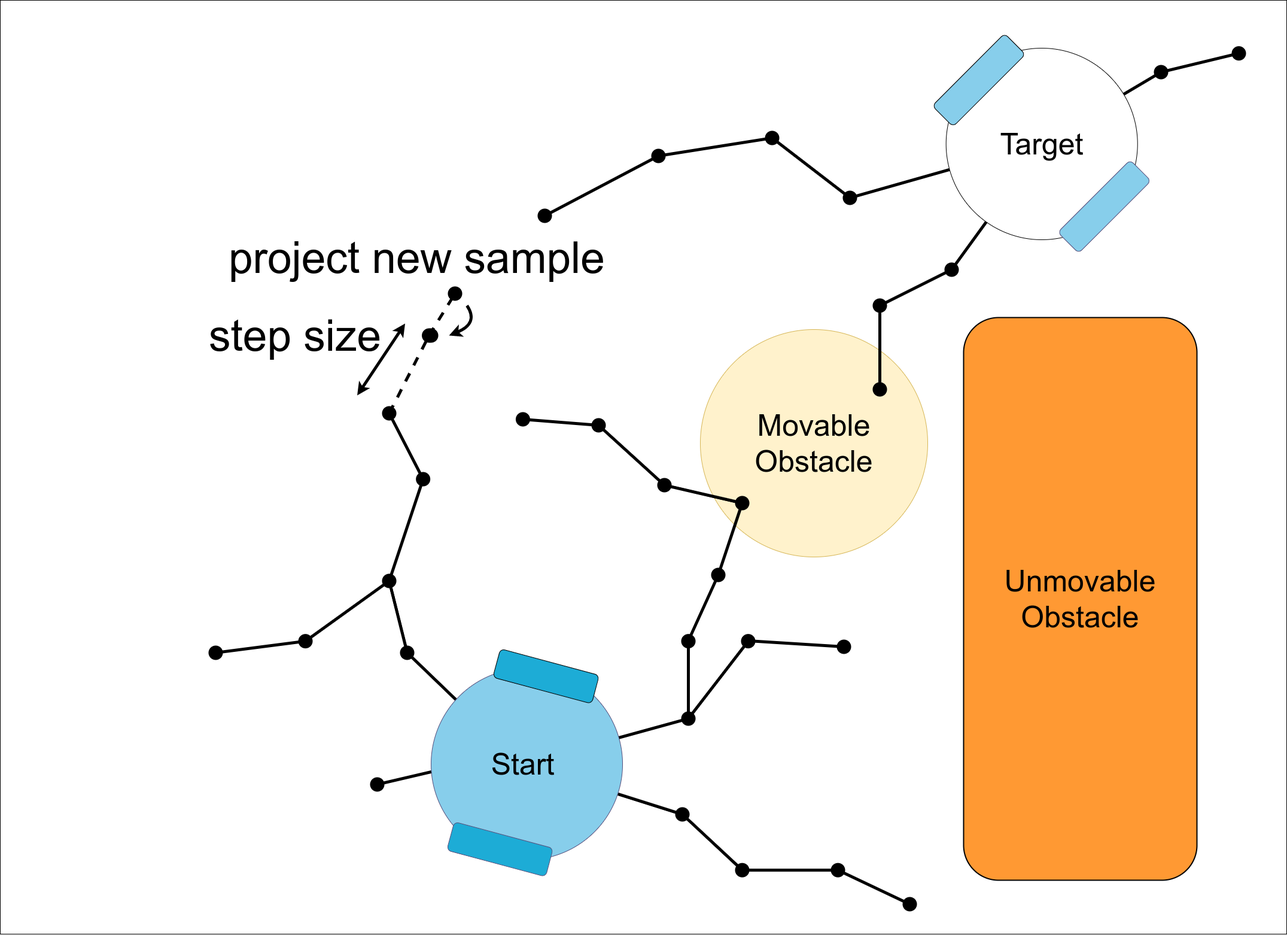
Above: thesis-report/figures/required_background/mp/3mp_project_sample.drawio.png in GijsGroote/thesis (draw.io), before the change. Source tidied: cells renumbered, new cells last; positions are measured from the earlier drawing's top-left corner, leaving out a move shared by most shapes.
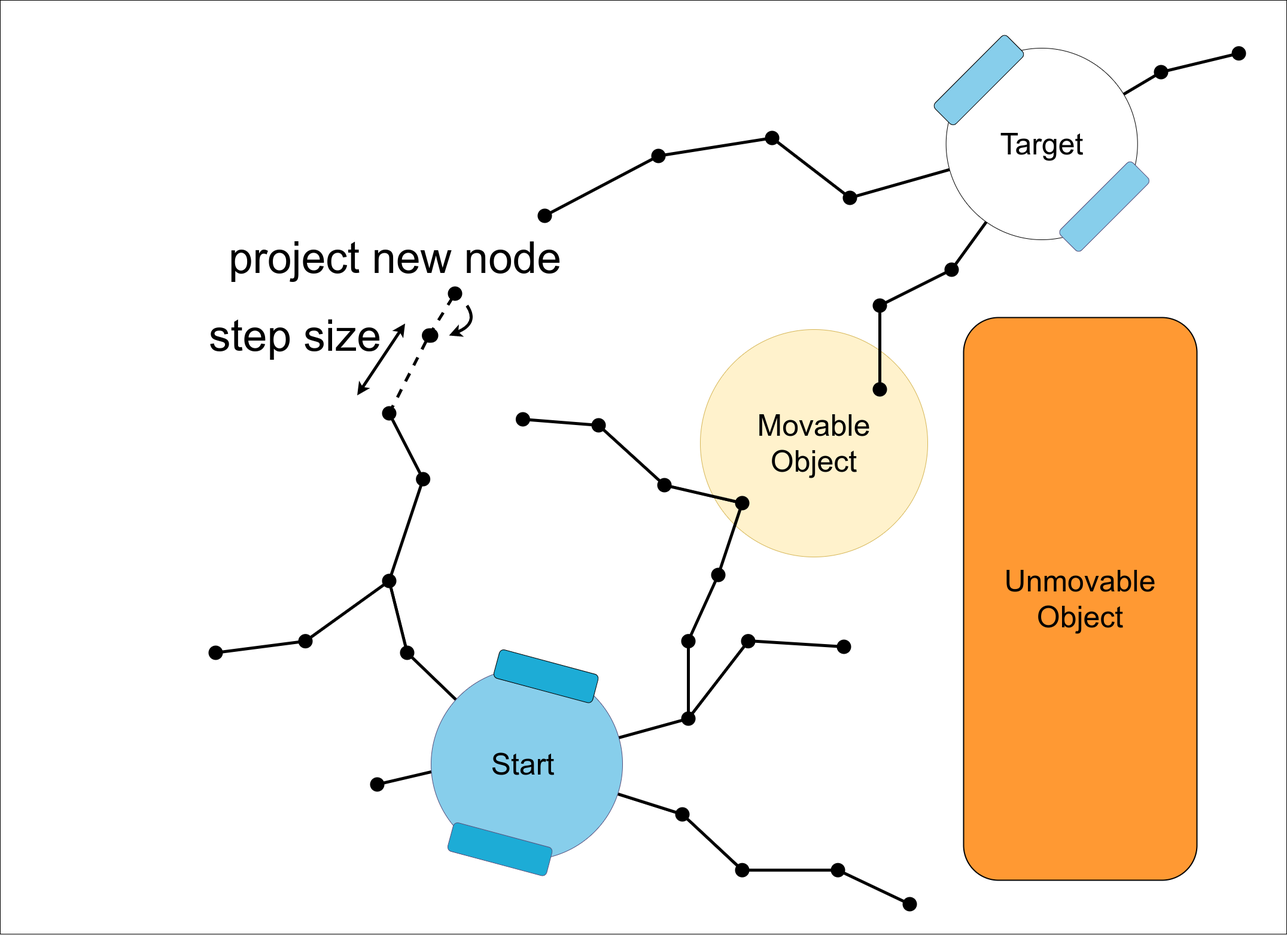
After the change.

Change to the diagram source:
```diff
@@ -5,7 +5,7 @@
     <mxCell id="2" style="rounded=0;whiteSpace=wrap;html=1;fillColor=none;" parent="1" vertex="1">
       <mxGeometry width="2150" height="1560" as="geometry" />
     </mxCell>
-    <mxCell id="3" value="&lt;div style=&quot;text-align: center;&quot;&gt;&lt;span style=&quot;font-size: 73px;&quot;&gt;project new sample&lt;/span&gt;&lt;/div&gt;" style="text;whiteSpace=wrap;html=1;fontSize=41;" parent="1" vertex="1">
+    <mxCell id="3" value="&lt;div style=&quot;text-align: center;&quot;&gt;&lt;span style=&quot;font-size: 73px;&quot;&gt;project new node&lt;/span&gt;&lt;/div&gt;" style="text;whiteSpace=wrap;html=1;fontSize=41;" parent="1" vertex="1">
       <mxGeometry x="380" y="380" width="880" height="70" as="geometry" />
     </mxCell>
     <mxCell id="4" style="endArrow=none;html=1;rounded=0;fontSize=41;strokeWidth=5;startArrow=none;entryX=0.511;entryY=0.589;entryDx=0;entryDy=0;entryPerimeter=0;dashed=1;startFill=0;exitX=0.86;exitY=0.013;exitDx=0;exitDy=0;exitPerimeter=0;" parent="1" edge="1" source="5" target="74">
@@ -81,10 +81,10 @@
     <mxCell id="21" value="&lt;font style=&quot;font-size: 50px;&quot;&gt;Start&lt;/font&gt;" style="text;html=1;align=center;verticalAlign=middle;points=[];strokeColor=none;fillColor=none;fontSize=41;" parent="1" vertex="1">
       <mxGeometry x="808.5" y="1241" width="130" height="70" as="geometry" />
     </mxCell>
-    <mxCell id="22" value="&lt;font style=&quot;font-size: 50px;&quot;&gt;Unmovable&lt;br&gt;Obstacle&lt;/font&gt;" style="rounded=1;whiteSpace=wrap;html=1;strokeWidth=2;fillColor=#FF9933;" parent="1" vertex="1">
+    <mxCell id="22" value="&lt;font style=&quot;font-size: 50px;&quot;&gt;Unmovable&lt;br&gt;Object&lt;/font&gt;" style="rounded=1;whiteSpace=wrap;html=1;strokeWidth=2;fillColor=#FF9933;" parent="1" vertex="1">
       <mxGeometry x="1610" y="530" width="390" height="940" as="geometry" />
     </mxCell>
-    <mxCell id="23" value="&lt;font style=&quot;font-size: 50px;&quot;&gt;Movable&lt;br&gt;Obstacle&lt;/font&gt;" style="ellipse;whiteSpace=wrap;html=1;fillColor=#fff2cc;strokeColor=#d6b656;" parent="1" vertex="1">
+    <mxCell id="23" value="&lt;font style=&quot;font-size: 50px;&quot;&gt;Movable&lt;br&gt;Object&lt;/font&gt;" style="ellipse;whiteSpace=wrap;html=1;fillColor=#fff2cc;strokeColor=#d6b656;" parent="1" vertex="1">
       <mxGeometry x="1170" y="550" width="380" height="380" as="geometry" />
     </mxCell>
     <mxCell id="24" style="endArrow=none;html=1;rounded=0;fontSize=41;entryX=0.45;entryY=0.6;entryDx=0;entryDy=0;entryPerimeter=0;strokeWidth=5;" parent="1" edge="1" source="30" target="36">
```
